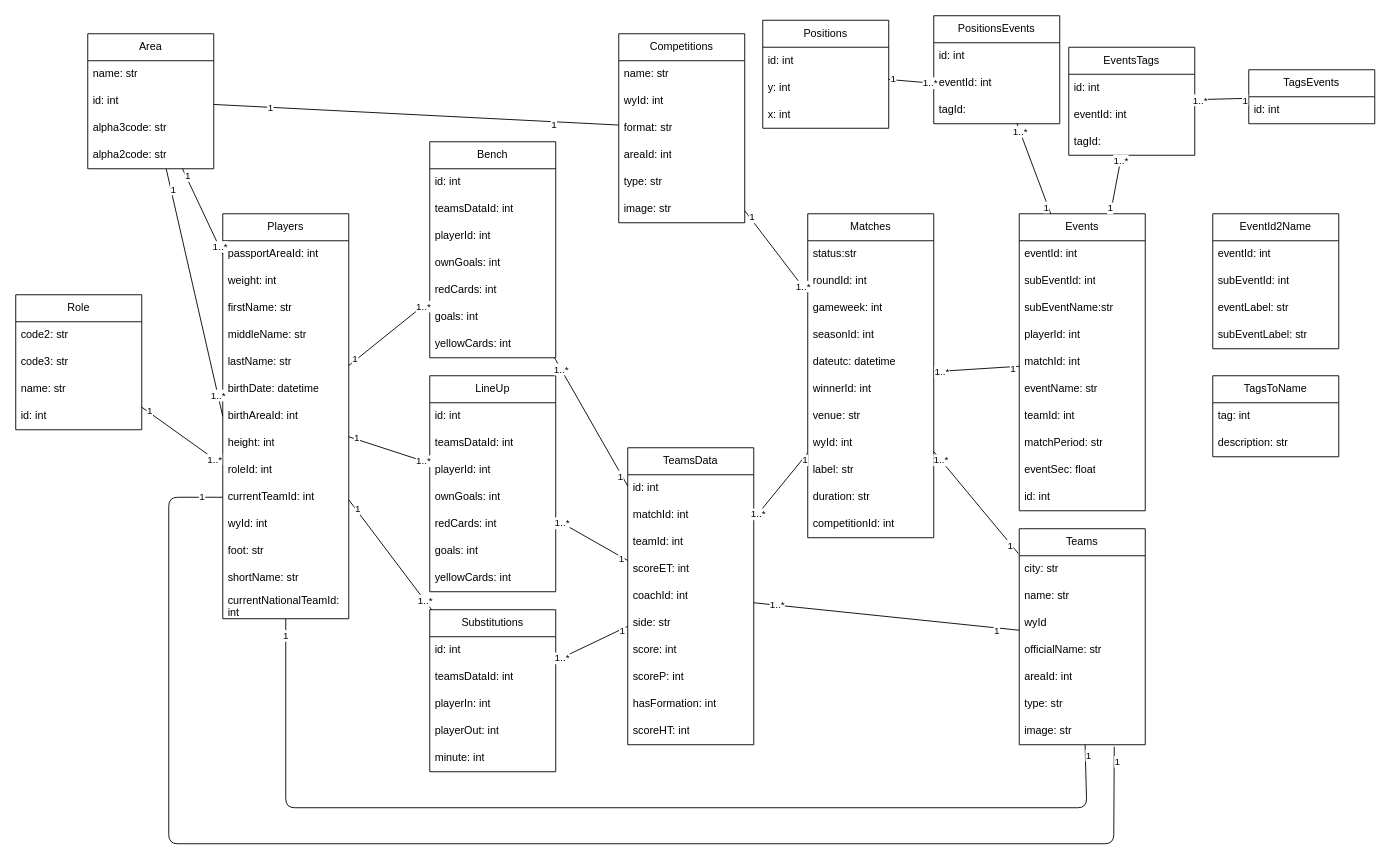
The draw.io diagram modelo/modelo.drawio in jorsilman/TFG, before the edit. Source tidied: cells renumbered, new cells numbered last; positions are measured from the earlier drawing's top-left corner, leaving out a move shared by most shapes. Both pictures are drawn from the tidied source at 90%, with x=0, y=0 at pixel (15, 15).
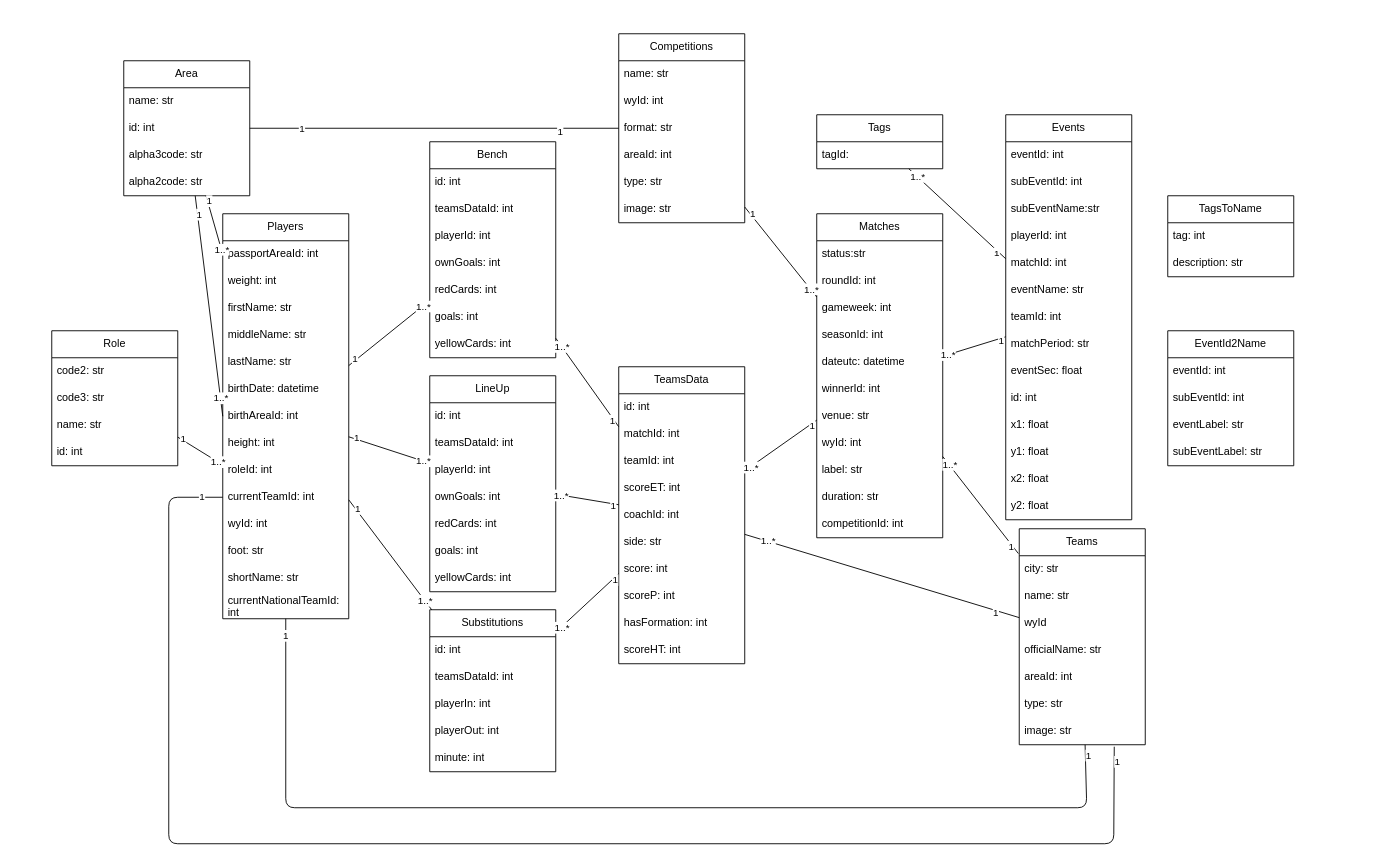
Above is the later version.

The edit, as a diff of the source:
```diff
@@
     <mxCell id="2" value="Events" style="swimlane;fontStyle=0;horizontal=1;startSize=30;whiteSpace=wrap;html=1;" parent="1" vertex="1">
-      <mxGeometry x="1115" y="220" width="140" height="330" as="geometry" />
+      <mxGeometry x="1100" y="110" width="140" height="450" as="geometry" />
     </mxCell>
@@
-    <mxCell id="13" value="TagsEvents" style="swimlane;fontStyle=0;horizontal=1;startSize=30;whiteSpace=wrap;html=1;" parent="1" vertex="1">
-      <mxGeometry x="1370" y="60" width="140" height="60" as="geometry" />
-    </mxCell>
-    <mxCell id="14" value="id: int" style="text;strokeColor=none;fillColor=none;align=left;verticalAlign=middle;spacingLeft=4;spacingRight=4;overflow=hidden;whiteSpace=wrap;html=1;" parent="13" vertex="1">
-      <mxGeometry y="30" width="140" height="30" as="geometry" />
-    </mxCell>
-    <mxCell id="15" value="Positions" style="swimlane;fontStyle=0;horizontal=1;startSize=30;whiteSpace=wrap;html=1;" parent="1" vertex="1">
-      <mxGeometry x="830" y="5" width="140" height="120" as="geometry" />
-    </mxCell>
-    <mxCell id="16" value="id: int" style="text;strokeColor=none;fillColor=none;align=left;verticalAlign=middle;spacingLeft=4;spacingRight=4;overflow=hidden;whiteSpace=wrap;html=1;" parent="15" vertex="1">
-      <mxGeometry y="30" width="140" height="30" as="geometry" />
-    </mxCell>
-    <mxCell id="17" value="y: int" style="text;strokeColor=none;fillColor=none;align=left;verticalAlign=middle;spacingLeft=4;spacingRight=4;overflow=hidden;whiteSpace=wrap;html=1;" parent="15" vertex="1">
-      <mxGeometry y="60" width="140" height="30" as="geometry" />
-    </mxCell>
-    <mxCell id="18" value="x: int" style="text;strokeColor=none;fillColor=none;align=left;verticalAlign=middle;spacingLeft=4;spacingRight=4;overflow=hidden;whiteSpace=wrap;html=1;" parent="15" vertex="1">
-      <mxGeometry y="90" width="140" height="30" as="geometry" />
-    </mxCell>
+    <mxCell id="183" value="x1: float" style="text;strokeColor=none;fillColor=none;align=left;verticalAlign=middle;spacingLeft=4;spacingRight=4;overflow=hidden;whiteSpace=wrap;html=1;" parent="2" vertex="1">
+      <mxGeometry y="330" width="140" height="30" as="geometry" />
+    </mxCell>
+    <mxCell id="184" value="y1: float" style="text;strokeColor=none;fillColor=none;align=left;verticalAlign=middle;spacingLeft=4;spacingRight=4;overflow=hidden;whiteSpace=wrap;html=1;" parent="2" vertex="1">
+      <mxGeometry y="360" width="140" height="30" as="geometry" />
+    </mxCell>
+    <mxCell id="185" value="x2: float" style="text;strokeColor=none;fillColor=none;align=left;verticalAlign=middle;spacingLeft=4;spacingRight=4;overflow=hidden;whiteSpace=wrap;html=1;" parent="2" vertex="1">
+      <mxGeometry y="390" width="140" height="30" as="geometry" />
+    </mxCell>
+    <mxCell id="186" value="y2: float" style="text;strokeColor=none;fillColor=none;align=left;verticalAlign=middle;spacingLeft=4;spacingRight=4;overflow=hidden;whiteSpace=wrap;html=1;" parent="2" vertex="1">
+      <mxGeometry y="420" width="140" height="30" as="geometry" />
+    </mxCell>
     <mxCell id="19" value="Matches" style="swimlane;fontStyle=0;horizontal=1;startSize=30;whiteSpace=wrap;html=1;" parent="1" vertex="1">
-      <mxGeometry x="880" y="220" width="140" height="360" as="geometry" />
+      <mxGeometry x="890" y="220" width="140" height="360" as="geometry" />
     </mxCell>
@@
     <mxCell id="31" value="TeamsData" style="swimlane;fontStyle=0;horizontal=1;startSize=30;whiteSpace=wrap;html=1;" parent="1" vertex="1">
-      <mxGeometry x="680" y="480" width="140" height="330" as="geometry" />
+      <mxGeometry x="670" y="390" width="140" height="330" as="geometry" />
     </mxCell>
@@
     <mxCell id="104" value="Area" style="swimlane;fontStyle=0;horizontal=1;startSize=30;whiteSpace=wrap;html=1;" parent="1" vertex="1">
-      <mxGeometry x="80" y="20" width="140" height="150" as="geometry" />
+      <mxGeometry x="120" y="50" width="140" height="150" as="geometry" />
     </mxCell>
@@
     <mxCell id="132" value="EventId2Name" style="swimlane;fontStyle=0;horizontal=1;startSize=30;whiteSpace=wrap;html=1;" parent="1" vertex="1">
-      <mxGeometry x="1330" y="220" width="140" height="150" as="geometry" />
+      <mxGeometry x="1280" y="350" width="140" height="150" as="geometry" />
     </mxCell>
@@
     <mxCell id="152" value="TagsToName" style="swimlane;fontStyle=0;horizontal=1;startSize=30;whiteSpace=wrap;html=1;" parent="1" vertex="1">
-      <mxGeometry x="1330" y="400" width="140" height="90" as="geometry" />
+      <mxGeometry x="1280" y="200" width="140" height="90" as="geometry" />
     </mxCell>
@@
-    <mxCell id="155" value="EventsTags" style="swimlane;fontStyle=0;horizontal=1;startSize=30;whiteSpace=wrap;html=1;" parent="1" vertex="1">
-      <mxGeometry x="1170" y="35" width="140" height="120" as="geometry" />
+    <mxCell id="155" value="Tags" style="swimlane;fontStyle=0;horizontal=1;startSize=30;whiteSpace=wrap;html=1;" parent="1" vertex="1">
+      <mxGeometry x="890" y="110" width="140" height="60" as="geometry" />
     </mxCell>
-    <mxCell id="156" value="id: int" style="text;strokeColor=none;fillColor=none;align=left;verticalAlign=middle;spacingLeft=4;spacingRight=4;overflow=hidden;whiteSpace=wrap;html=1;" parent="155" vertex="1">
-      <mxGeometry y="30" width="140" height="30" as="geometry" />
-    </mxCell>
-    <mxCell id="157" value="eventId: int" style="text;strokeColor=none;fillColor=none;align=left;verticalAlign=middle;spacingLeft=4;spacingRight=4;overflow=hidden;whiteSpace=wrap;html=1;" parent="155" vertex="1">
-      <mxGeometry y="60" width="140" height="30" as="geometry" />
-    </mxCell>
     <mxCell id="158" value="tagId:" style="text;strokeColor=none;fillColor=none;align=left;verticalAlign=middle;spacingLeft=4;spacingRight=4;overflow=hidden;whiteSpace=wrap;html=1;" parent="155" vertex="1">
-      <mxGeometry y="90" width="140" height="30" as="geometry" />
+      <mxGeometry y="30" width="140" height="30" as="geometry" />
     </mxCell>
@@
-    <mxCell id="162" style="endArrow=none;html=1;" parent="1" edge="1" source="13" target="155">
-      <mxGeometry relative="1" as="geometry" />
-    </mxCell>
-    <mxCell id="163" value="1" style="edgeLabel;html=1;align=center;verticalAlign=middle;" parent="162" vertex="1">
-      <mxGeometry x="-0.83" y="2" relative="1" as="geometry" />
-    </mxCell>
-    <mxCell id="164" value="1..*" style="edgeLabel;html=1;align=center;verticalAlign=middle;" parent="162" vertex="1">
-      <mxGeometry x="0.83" relative="1" as="geometry" />
-    </mxCell>
     <mxCell id="165" value="Role" style="swimlane;fontStyle=0;horizontal=1;startSize=30;whiteSpace=wrap;html=1;" parent="1" vertex="1">
-      <mxGeometry y="310" width="140" height="150" as="geometry" />
+      <mxGeometry x="40" y="350" width="140" height="150" as="geometry" />
     </mxCell>
@@
-    <mxCell id="173" value="PositionsEvents" style="swimlane;fontStyle=0;horizontal=1;startSize=30;whiteSpace=wrap;html=1;" parent="1" vertex="1">
-      <mxGeometry x="1020" width="140" height="120" as="geometry" />
-    </mxCell>
-    <mxCell id="174" value="id: int" style="text;strokeColor=none;fillColor=none;align=left;verticalAlign=middle;spacingLeft=4;spacingRight=4;overflow=hidden;whiteSpace=wrap;html=1;" parent="173" vertex="1">
-      <mxGeometry y="30" width="140" height="30" as="geometry" />
-    </mxCell>
-    <mxCell id="175" value="eventId: int" style="text;strokeColor=none;fillColor=none;align=left;verticalAlign=middle;spacingLeft=4;spacingRight=4;overflow=hidden;points=[[0,0.5],[1,0.5]];portConstraint=eastwest;whiteSpace=wrap;html=1;" parent="173" vertex="1">
-      <mxGeometry y="60" width="140" height="30" as="geometry" />
-    </mxCell>
-    <mxCell id="176" value="tagId:" style="text;strokeColor=none;fillColor=none;align=left;verticalAlign=middle;spacingLeft=4;spacingRight=4;overflow=hidden;whiteSpace=wrap;html=1;" parent="173" vertex="1">
-      <mxGeometry y="90" width="140" height="30" as="geometry" />
-    </mxCell>
-    <mxCell id="177" style="endArrow=none;html=1;entryX=0;entryY=0.5;entryDx=0;entryDy=0;" parent="1" edge="1" source="15" target="175">
-      <mxGeometry relative="1" as="geometry" />
-    </mxCell>
-    <mxCell id="178" value="1" style="edgeLabel;html=1;align=center;verticalAlign=middle;" parent="177" vertex="1">
-      <mxGeometry x="-0.83" y="2" relative="1" as="geometry" />
-    </mxCell>
-    <mxCell id="179" value="1..*" style="edgeLabel;html=1;align=center;verticalAlign=middle;" parent="177" vertex="1">
-      <mxGeometry x="0.83" relative="1" as="geometry" />
-    </mxCell>
-    <mxCell id="180" style="endArrow=none;html=1;exitX=0.25;exitY=0;exitDx=0;exitDy=0;" parent="1" edge="1" source="2" target="173">
-      <mxGeometry relative="1" as="geometry" />
-    </mxCell>
-    <mxCell id="181" value="1" style="edgeLabel;html=1;align=center;verticalAlign=middle;" parent="180" vertex="1">
-      <mxGeometry x="-0.83" y="2" relative="1" as="geometry" />
-    </mxCell>
-    <mxCell id="182" value="1..*" style="edgeLabel;html=1;align=center;verticalAlign=middle;" parent="180" vertex="1">
-      <mxGeometry x="0.83" relative="1" as="geometry" />
-    </mxCell>
```
